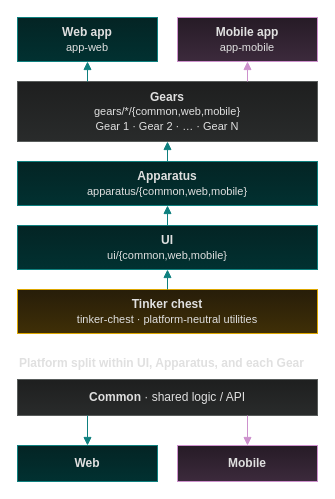
Earlier version of the draw.io diagram docs/assets/architecture.drawio (the-dead-planet/nav-gauge). Source tidied: cells renumbered, new cells numbered last; positions are measured from the earlier drawing's top-left corner, leaving out a move shared by most shapes. Both pictures are drawn from the tidied source at 100%, with x=0, y=0 at pixel (17, 17).
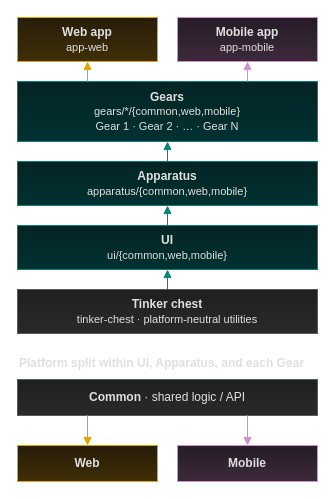
After the change.

Commit message (it also covers changes not shown here):
Diagram colors

What changed in the source:
```diff
@@
 <mxGraphModel>
   <root>
     <mxCell id="0" />
     <mxCell id="1" parent="0" />
-    <mxCell id="2" value="&lt;b&gt;Web app&lt;/b&gt;&lt;br&gt;&lt;font style=&quot;font-size: 11px;&quot;&gt;app-web&lt;/font&gt;" style="rounded=0;whiteSpace=wrap;html=1;fillColor=#042424;gradientColor=#013131;strokeColor=#0e807f;fontColor=#e0e0e0;fontFamily=Space Grotesk;" parent="1" vertex="1">
+    <mxCell id="2" value="&lt;b&gt;Web app&lt;/b&gt;&lt;br&gt;&lt;font style=&quot;font-size: 11px;&quot;&gt;app-web&lt;/font&gt;" style="rounded=0;whiteSpace=wrap;html=1;fillColor=#271d09;gradientColor=#3f2f07;strokeColor=#dca600;fontColor=#e0e0e0;fontFamily=Space Grotesk;" parent="1" vertex="1">
       <mxGeometry width="140" height="44" as="geometry" />
     </mxCell>
     <mxCell id="3" value="&lt;b&gt;Mobile app&lt;/b&gt;&lt;br&gt;&lt;font style=&quot;font-size: 11px;&quot;&gt;app-mobile&lt;/font&gt;" style="rounded=0;whiteSpace=wrap;html=1;fillColor=#261b26;gradientColor=#3c2a3c;strokeColor=#cd91cd;fontColor=#e0e0e0;fontFamily=Space Grotesk;" parent="1" vertex="1">
       <mxGeometry x="160" width="140" height="44" as="geometry" />
     </mxCell>
-    <mxCell id="4" value="&lt;b&gt;Gears&lt;/b&gt;&lt;br&gt;&lt;font style=&quot;font-size: 11px;&quot;&gt;gears/*/{common,web,mobile}&lt;br&gt;Gear 1 · Gear 2 · … · Gear N&lt;/font&gt;" style="rounded=0;whiteSpace=wrap;html=1;fillColor=#1e1f1f;gradientColor=#292b2b;strokeColor=#585c5b;fontColor=#e0e0e0;fontFamily=Space Grotesk;" parent="1" vertex="1">
+    <mxCell id="4" value="&lt;b&gt;Gears&lt;/b&gt;&lt;br&gt;&lt;font style=&quot;font-size: 11px;&quot;&gt;gears/*/{common,web,mobile}&lt;br&gt;Gear 1 · Gear 2 · … · Gear N&lt;/font&gt;" style="rounded=0;whiteSpace=wrap;html=1;fillColor=#042424;gradientColor=#013131;strokeColor=#0e807f;fontColor=#e0e0e0;fontFamily=Space Grotesk;" parent="1" vertex="1">
       <mxGeometry y="64" width="300" height="60" as="geometry" />
     </mxCell>
     <mxCell id="5" value="&lt;b&gt;Apparatus&lt;/b&gt;&lt;br&gt;&lt;font style=&quot;font-size: 11px;&quot;&gt;apparatus/{common,web,mobile}&lt;/font&gt;" style="rounded=0;whiteSpace=wrap;html=1;fillColor=#042424;gradientColor=#013131;strokeColor=#0e807f;fontColor=#e0e0e0;fontFamily=Space Grotesk;" parent="1" vertex="1">
       <mxGeometry y="144" width="300" height="44" as="geometry" />
     </mxCell>
     <mxCell id="6" value="&lt;b&gt;UI&lt;/b&gt;&lt;br&gt;&lt;font style=&quot;font-size: 11px;&quot;&gt;ui/{common,web,mobile}&lt;/font&gt;" style="rounded=0;whiteSpace=wrap;html=1;fillColor=#042424;gradientColor=#013131;strokeColor=#0e807f;fontColor=#e0e0e0;fontFamily=Space Grotesk;" parent="1" vertex="1">
       <mxGeometry y="208" width="300" height="44" as="geometry" />
     </mxCell>
-    <mxCell id="7" value="&lt;b&gt;Tinker chest&lt;/b&gt;&lt;br&gt;&lt;font style=&quot;font-size: 11px;&quot;&gt;tinker-chest · platform-neutral utilities&lt;/font&gt;" style="rounded=0;whiteSpace=wrap;html=1;fillColor=#271d09;gradientColor=#3f2f07;strokeColor=#dca600;fontColor=#e0e0e0;fontFamily=Space Grotesk;" parent="1" vertex="1">
+    <mxCell id="7" value="&lt;b&gt;Tinker chest&lt;/b&gt;&lt;br&gt;&lt;font style=&quot;font-size: 11px;&quot;&gt;tinker-chest · platform-neutral utilities&lt;/font&gt;" style="rounded=0;whiteSpace=wrap;html=1;fillColor=#1e1f1f;gradientColor=#292b2b;strokeColor=#585c5b;fontColor=#e0e0e0;fontFamily=Space Grotesk;" parent="1" vertex="1">
       <mxGeometry y="272" width="300" height="44" as="geometry" />
     </mxCell>
     <mxCell id="8" value="Platform split within UI, Apparatus, and each Gear" style="text;html=1;strokeColor=none;fillColor=none;fontColor=#e0e0e0;fontFamily=Space Grotesk;fontStyle=1;" parent="1" vertex="1">
       <mxGeometry y="332" width="300" height="24" as="geometry" />
     </mxCell>
     <mxCell id="9" value="&lt;b&gt;Common&lt;/b&gt; · shared logic / API" style="rounded=0;whiteSpace=wrap;html=1;fillColor=#1e1f1f;gradientColor=#292b2b;strokeColor=#585c5b;fontColor=#e0e0e0;fontFamily=Space Grotesk;" parent="1" vertex="1">
       <mxGeometry y="362" width="300" height="36" as="geometry" />
     </mxCell>
-    <mxCell id="10" value="&lt;b&gt;Web&lt;/b&gt;" style="rounded=0;whiteSpace=wrap;html=1;fillColor=#042424;gradientColor=#013131;strokeColor=#0e807f;fontColor=#e0e0e0;fontFamily=Space Grotesk;" parent="1" vertex="1">
+    <mxCell id="10" value="&lt;b&gt;Web&lt;/b&gt;" style="rounded=0;whiteSpace=wrap;html=1;fillColor=#271d09;gradientColor=#3f2f07;strokeColor=#dca600;fontColor=#e0e0e0;fontFamily=Space Grotesk;" parent="1" vertex="1">
       <mxGeometry y="428" width="140" height="36" as="geometry" />
     </mxCell>
     <mxCell id="11" value="&lt;b&gt;Mobile&lt;/b&gt;" style="rounded=0;whiteSpace=wrap;html=1;fillColor=#261b26;gradientColor=#3c2a3c;strokeColor=#cd91cd;fontColor=#e0e0e0;fontFamily=Space Grotesk;" parent="1" vertex="1">
       <mxGeometry x="160" y="428" width="140" height="36" as="geometry" />
     </mxCell>
-    <mxCell id="12" style="edgeStyle=none;html=1;endArrow=block;strokeColor=#0e807f;exitX=0.2333333333333333;exitY=0;entryX=0.5;entryY=1;" parent="1" edge="1" source="4" target="2">
+    <mxCell id="12" style="edgeStyle=none;html=1;endArrow=block;strokeColor=#dca600;exitX=0.2333333333333333;exitY=0;entryX=0.5;entryY=1;" parent="1" edge="1" source="4" target="2">
       <mxGeometry relative="1" as="geometry" />
     </mxCell>
     <mxCell id="13" style="edgeStyle=none;html=1;endArrow=block;strokeColor=#cd91cd;exitX=0.7666666666666667;exitY=0;entryX=0.5;entryY=1;" parent="1" edge="1" source="4" target="3">
       <mxGeometry relative="1" as="geometry" />
     </mxCell>
     <mxCell id="14" style="edgeStyle=none;html=1;endArrow=block;strokeColor=#0e807f;exitX=0.5;exitY=0;entryX=0.5;entryY=1;" parent="1" edge="1" source="5" target="4">
       <mxGeometry relative="1" as="geometry" />
     </mxCell>
     <mxCell id="15" style="edgeStyle=none;html=1;endArrow=block;strokeColor=#0e807f;exitX=0.5;exitY=0;entryX=0.5;entryY=1;" parent="1" edge="1" source="6" target="5">
       <mxGeometry relative="1" as="geometry" />
     </mxCell>
     <mxCell id="16" style="edgeStyle=none;html=1;endArrow=block;strokeColor=#0e807f;exitX=0.5;exitY=0;entryX=0.5;entryY=1;" parent="1" edge="1" source="7" target="6">
       <mxGeometry relative="1" as="geometry" />
     </mxCell>
-    <mxCell id="17" style="edgeStyle=none;html=1;endArrow=block;strokeColor=#0e807f;exitX=0.2333333333333333;exitY=1;entryX=0.5;entryY=0;" parent="1" edge="1" source="9" target="10">
+    <mxCell id="17" style="edgeStyle=none;html=1;endArrow=block;strokeColor=#dca600;exitX=0.2333333333333333;exitY=1;entryX=0.5;entryY=0;" parent="1" edge="1" source="9" target="10">
       <mxGeometry relative="1" as="geometry" />
     </mxCell>
     <mxCell id="18" style="edgeStyle=none;html=1;endArrow=block;strokeColor=#cd91cd;exitX=0.7666666666666667;exitY=1;entryX=0.5;entryY=0;" parent="1" edge="1" source="9" target="11">
       <mxGeometry relative="1" as="geometry" />
     </mxCell>
   </root>
 </mxGraphModel>
```
